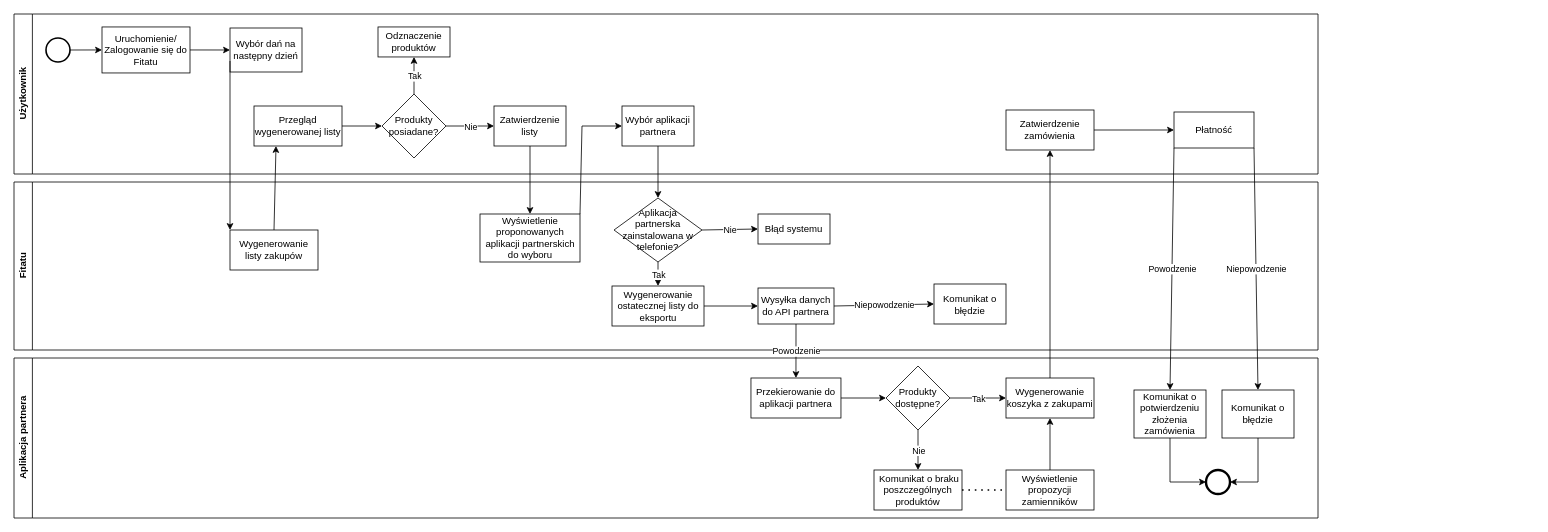
This is diagram_zakup.drawio from Patrycja97/fitatu, a draw.io file, before an edit. Source tidied: cells renumbered, new cells numbered last; positions are measured from the earlier drawing's top-left corner, leaving out a move shared by most shapes. Both pictures are drawn from the tidied source at 80%, with x=0, y=0 at pixel (14, 14).
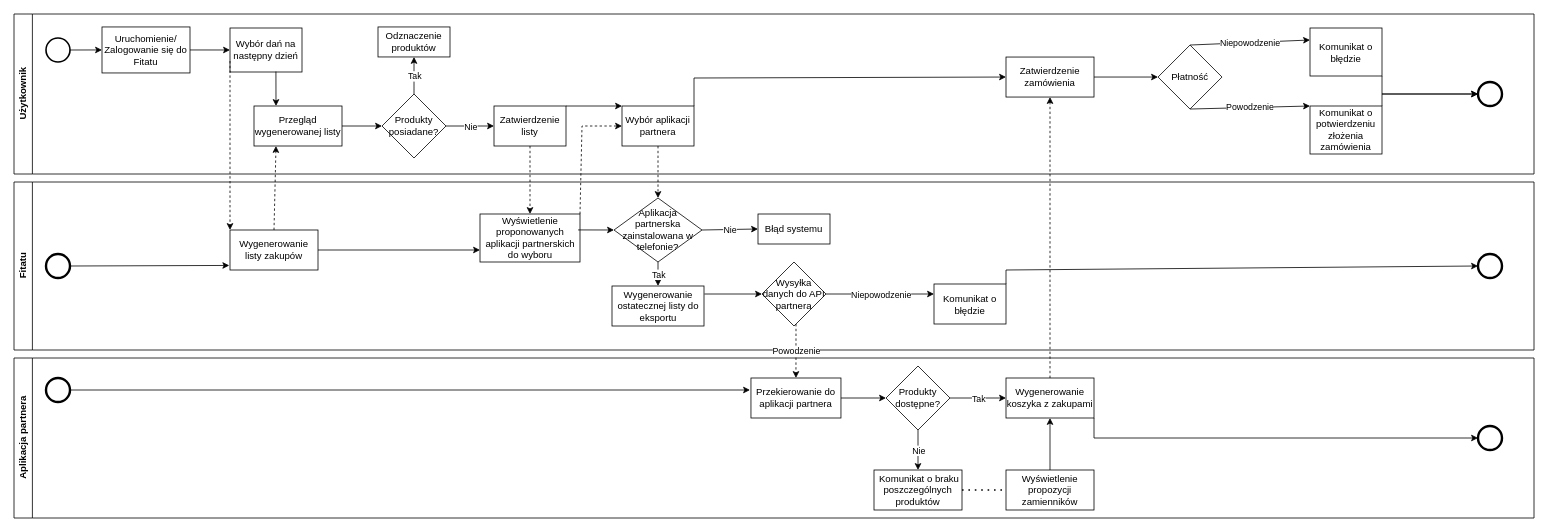
After the change.

The change refers to these unchanged cells:
```xml
<mxCell id="6" value="Wybór dań na następny dzień" style="rounded=0;whiteSpace=wrap;html=1;" parent="2" vertex="1">
  <mxGeometry x="270" y="17.5" width="90" height="55" as="geometry" />
</mxCell>
<mxCell id="9" value="Przegląd wygenerowanej listy" style="rounded=0;whiteSpace=wrap;html=1;" parent="2" vertex="1">
  <mxGeometry x="300" y="115" width="110" height="50" as="geometry" />
</mxCell>
<mxCell id="15" value="Zatwierdzenie listy" style="rounded=0;whiteSpace=wrap;html=1;" parent="2" vertex="1">
  <mxGeometry x="600" y="115" width="90" height="50" as="geometry" />
</mxCell>
<mxCell id="18" value="Wybór aplikacji partnera" style="rounded=0;whiteSpace=wrap;html=1;" parent="2" vertex="1">
  <mxGeometry x="760" y="115" width="90" height="50" as="geometry" />
</mxCell>
<mxCell id="23" value="Wygenerowanie listy zakupów" style="rounded=0;whiteSpace=wrap;html=1;" parent="22" vertex="1">
  <mxGeometry x="270" y="60" width="110" height="50" as="geometry" />
</mxCell>
<mxCell id="24" value="Wygenerowanie ostatecznej listy do eksportu" style="rounded=0;whiteSpace=wrap;html=1;" parent="22" vertex="1">
  <mxGeometry x="747.5" y="130" width="115" height="50" as="geometry" />
</mxCell>
<mxCell id="27" value="Wyświetlenie proponowanych aplikacji partnerskich do wyboru" style="rounded=0;whiteSpace=wrap;html=1;" parent="22" vertex="1">
  <mxGeometry x="582.5" y="40" width="125" height="60" as="geometry" />
</mxCell>
<mxCell id="29" value="Aplikacja partnerska zainstalowana w telefonie?" style="rhombus;whiteSpace=wrap;html=1;" parent="22" vertex="1">
  <mxGeometry x="750" y="20" width="110" height="80" as="geometry" />
</mxCell>
<mxCell id="34" value="Komunikat o błędzie" style="rounded=0;whiteSpace=wrap;html=1;" parent="22" vertex="1">
  <mxGeometry x="1150" y="127.5" width="90" height="50" as="geometry" />
</mxCell>
<mxCell id="38" value="Przekierowanie do aplikacji partnera" style="rounded=0;whiteSpace=wrap;html=1;" parent="37" vertex="1">
  <mxGeometry x="921.2" y="25" width="112.5" height="50" as="geometry" />
</mxCell>
<mxCell id="43" value="Wygenerowanie koszyka z zakupami" style="rounded=0;whiteSpace=wrap;html=1;" parent="37" vertex="1">
  <mxGeometry x="1240" y="25" width="110" height="50" as="geometry" />
</mxCell>
```

What changed in the source:
```diff
@@
     <mxCell id="2" value="Użytkownik" style="swimlane;horizontal=0;whiteSpace=wrap;html=1;" parent="1" vertex="1">
-      <mxGeometry width="1630" height="200" as="geometry" />
+      <mxGeometry width="1900" height="200" as="geometry" />
     </mxCell>
@@
     <mxCell id="19" value="Zatwierdzenie zamówienia" style="rounded=0;whiteSpace=wrap;html=1;" parent="2" vertex="1">
-      <mxGeometry x="1240" y="120" width="110" height="50" as="geometry" />
+      <mxGeometry x="1240" y="53.8" width="110" height="50" as="geometry" />
     </mxCell>
+    <mxCell id="21" style="endArrow=classic;html=1;rounded=0;exitX=1;exitY=0.5;exitDx=0;exitDy=0;entryX=0;entryY=0.5;entryDx=0;entryDy=0;" parent="2" edge="1" source="19">
+      <mxGeometry relative="1" as="geometry">
+        <mxPoint x="1430" y="78.8" as="targetPoint" />
+      </mxGeometry>
+    </mxCell>
+    <mxCell id="47" value="Komunikat o błędzie" style="rounded=0;whiteSpace=wrap;html=1;" parent="2" vertex="1">
+      <mxGeometry x="1620" y="17.5" width="90" height="60" as="geometry" />
+    </mxCell>
+    <mxCell id="65" style="endArrow=classic;html=1;rounded=0;exitX=0.5;exitY=0;exitDx=0;exitDy=0;entryX=0;entryY=0.25;entryDx=0;entryDy=0;" parent="2" edge="1" source="20" target="47">
+      <mxGeometry relative="1" as="geometry" />
+    </mxCell>
+    <mxCell id="66" value="Niepowodzenie" style="edgeLabel;html=1;align=center;verticalAlign=middle;" parent="65" vertex="1">
+      <mxGeometry relative="1" as="geometry" />
+    </mxCell>
+    <mxCell id="46" value="Komunikat o potwierdzeniu złożenia zamówienia" style="rounded=0;whiteSpace=wrap;html=1;" parent="2" vertex="1">
+      <mxGeometry x="1620" y="115" width="90" height="60" as="geometry" />
+    </mxCell>
+    <mxCell id="63" style="endArrow=classic;html=1;rounded=0;exitX=0.5;exitY=1;exitDx=0;exitDy=0;entryX=0;entryY=0;entryDx=0;entryDy=0;" parent="2" edge="1" source="20" target="46">
+      <mxGeometry relative="1" as="geometry" />
+    </mxCell>
+    <mxCell id="64" value="Powodzenie" style="edgeLabel;html=1;align=center;verticalAlign=middle;" parent="63" vertex="1">
+      <mxGeometry relative="1" as="geometry" />
+    </mxCell>
+    <mxCell id="45" style="points=[[0.145,0.145,0],[0.5,0,0],[0.855,0.145,0],[1,0.5,0],[0.855,0.855,0],[0.5,1,0],[0.145,0.855,0],[0,0.5,0]];shape=mxgraph.bpmn.event;html=1;verticalLabelPosition=bottom;labelBackgroundColor=#ffffff;verticalAlign=top;align=center;perimeter=ellipsePerimeter;outlineConnect=0;outline=end;symbol=terminate2;" parent="2" vertex="1">
+      <mxGeometry x="1830" y="85" width="30" height="30" as="geometry" />
+    </mxCell>
+    <mxCell id="67" style="endArrow=classic;html=1;rounded=0;entryX=0.25;entryY=0;entryDx=0;entryDy=0;exitX=0.638;exitY=0.99;exitDx=0;exitDy=0;exitPerimeter=0;" parent="2" edge="1" source="6" target="9">
+      <mxGeometry relative="1" as="geometry" />
+    </mxCell>
+    <mxCell id="68" style="endArrow=classic;html=1;rounded=0;entryX=0;entryY=0;entryDx=0;entryDy=0;exitX=1;exitY=0;exitDx=0;exitDy=0;" parent="2" edge="1" source="15" target="18">
+      <mxGeometry relative="1" as="geometry" />
+    </mxCell>
+    <mxCell id="69" style="endArrow=classic;html=1;rounded=0;exitX=1;exitY=0;exitDx=0;exitDy=0;entryX=0;entryY=0.5;entryDx=0;entryDy=0;" parent="2" edge="1" source="18" target="19">
+      <mxGeometry relative="1" as="geometry">
+        <Array as="points">
+          <mxPoint x="850" y="80" />
+        </Array>
+      </mxGeometry>
+    </mxCell>
+    <mxCell id="49" style="endArrow=classic;html=1;rounded=0;entryX=0;entryY=0.5;entryDx=0;entryDy=0;entryPerimeter=0;exitX=1;exitY=1;exitDx=0;exitDy=0;" parent="2" edge="1" source="47" target="45">
+      <mxGeometry relative="1" as="geometry">
+        <Array as="points">
+          <mxPoint x="1710" y="100" />
+        </Array>
+      </mxGeometry>
+    </mxCell>
+    <mxCell id="70" style="endArrow=classic;html=1;rounded=0;exitX=1;exitY=0;exitDx=0;exitDy=0;" parent="2" edge="1" source="46">
+      <mxGeometry relative="1" as="geometry">
+        <mxPoint x="1830" y="100" as="targetPoint" />
+        <Array as="points">
+          <mxPoint x="1710" y="100" />
+        </Array>
+      </mxGeometry>
+    </mxCell>
-    <mxCell id="20" value="Płatność" style="rounded=0;whiteSpace=wrap;html=1;" parent="2" vertex="1">
-      <mxGeometry x="1450" y="122.5" width="100" height="45" as="geometry" />
+    <mxCell id="20" value="Płatność" style="rhombus;whiteSpace=wrap;html=1;" parent="2" vertex="1">
+      <mxGeometry x="1430" y="38.8" width="80" height="80" as="geometry" />
     </mxCell>
-    <mxCell id="21" style="endArrow=classic;html=1;rounded=0;exitX=1;exitY=0.5;exitDx=0;exitDy=0;entryX=0;entryY=0.5;entryDx=0;entryDy=0;" parent="2" edge="1" source="19" target="20">
-      <mxGeometry relative="1" as="geometry" />
-    </mxCell>
     <mxCell id="22" value="Fitatu" style="swimlane;horizontal=0;whiteSpace=wrap;html=1;" parent="1" vertex="1">
-      <mxGeometry y="210" width="1630" height="210" as="geometry" />
+      <mxGeometry y="210" width="1900" height="210" as="geometry" />
     </mxCell>
@@
-    <mxCell id="25" value="Wysyłka danych do API partnera" style="rounded=0;whiteSpace=wrap;html=1;" parent="22" vertex="1">
-      <mxGeometry x="930" y="132.5" width="95" height="45" as="geometry" />
-    </mxCell>
-    <mxCell id="26" style="endArrow=classic;html=1;rounded=0;entryX=0;entryY=0.5;entryDx=0;entryDy=0;exitX=1;exitY=0.5;exitDx=0;exitDy=0;exitPerimeter=0;" parent="22" edge="1" source="24" target="25">
-      <mxGeometry relative="1" as="geometry" />
+    <mxCell id="26" style="endArrow=classic;html=1;rounded=0;entryX=0;entryY=0.5;entryDx=0;entryDy=0;" parent="22" edge="1" target="25">
+      <mxGeometry relative="1" as="geometry">
+        <mxPoint x="863" y="140" as="sourcePoint" />
+      </mxGeometry>
     </mxCell>
@@
-    <mxCell id="35" style="endArrow=classic;html=1;rounded=0;exitX=1;exitY=0.5;exitDx=0;exitDy=0;entryX=0;entryY=0.5;entryDx=0;entryDy=0;" parent="22" edge="1" source="25" target="34">
+    <mxCell id="35" style="endArrow=classic;html=1;rounded=0;exitX=1;exitY=0.5;exitDx=0;exitDy=0;entryX=0;entryY=0.25;entryDx=0;entryDy=0;" parent="22" edge="1" source="25" target="34">
       <mxGeometry relative="1" as="geometry" />
     </mxCell>
@@
+    <mxCell id="71" style="endArrow=classic;html=1;rounded=0;exitX=1;exitY=0.5;exitDx=0;exitDy=0;entryX=0;entryY=0.75;entryDx=0;entryDy=0;" parent="22" edge="1" source="23" target="27">
+      <mxGeometry relative="1" as="geometry" />
+    </mxCell>
+    <mxCell id="72" style="endArrow=classic;html=1;rounded=0;entryX=0;entryY=0.5;entryDx=0;entryDy=0;exitX=0.981;exitY=0.332;exitDx=0;exitDy=0;exitPerimeter=0;" parent="22" edge="1" source="27" target="29">
+      <mxGeometry relative="1" as="geometry" />
+    </mxCell>
+    <mxCell id="73" style="points=[[0.145,0.145,0],[0.5,0,0],[0.855,0.145,0],[1,0.5,0],[0.855,0.855,0],[0.5,1,0],[0.145,0.855,0],[0,0.5,0]];shape=mxgraph.bpmn.event;html=1;verticalLabelPosition=bottom;labelBackgroundColor=#ffffff;verticalAlign=top;align=center;perimeter=ellipsePerimeter;outlineConnect=0;outline=end;symbol=terminate2;" parent="22" vertex="1">
+      <mxGeometry x="1830" y="90" width="30" height="30" as="geometry" />
+    </mxCell>
+    <mxCell id="74" style="endArrow=classic;html=1;rounded=0;exitX=1;exitY=0;exitDx=0;exitDy=0;entryX=0;entryY=0.5;entryDx=0;entryDy=0;entryPerimeter=0;" parent="22" edge="1" source="34" target="73">
+      <mxGeometry relative="1" as="geometry">
+        <Array as="points">
+          <mxPoint x="1240" y="110" />
+        </Array>
+      </mxGeometry>
+    </mxCell>
+    <mxCell id="75" style="points=[[0.145,0.145,0],[0.5,0,0],[0.855,0.145,0],[1,0.5,0],[0.855,0.855,0],[0.5,1,0],[0.145,0.855,0],[0,0.5,0]];shape=mxgraph.bpmn.event;html=1;verticalLabelPosition=bottom;labelBackgroundColor=#ffffff;verticalAlign=top;align=center;perimeter=ellipsePerimeter;outlineConnect=0;outline=end;symbol=terminate2;" parent="22" vertex="1">
+      <mxGeometry x="40" y="90" width="30" height="30" as="geometry" />
+    </mxCell>
+    <mxCell id="76" style="endArrow=classic;html=1;rounded=0;exitX=1;exitY=0.5;exitDx=0;exitDy=0;exitPerimeter=0;entryX=-0.008;entryY=0.886;entryDx=0;entryDy=0;entryPerimeter=0;" parent="22" edge="1" source="75" target="23">
+      <mxGeometry relative="1" as="geometry" />
+    </mxCell>
+    <mxCell id="25" value="Wysyłka danych do API partnera" style="rhombus;whiteSpace=wrap;html=1;" parent="22" vertex="1">
+      <mxGeometry x="935" y="100" width="80" height="80" as="geometry" />
+    </mxCell>
     <mxCell id="37" value="Aplikacja partnera" style="swimlane;horizontal=0;whiteSpace=wrap;html=1;" parent="1" vertex="1">
-      <mxGeometry y="430" width="1630" height="200" as="geometry" />
+      <mxGeometry y="430" width="1900" height="200" as="geometry" />
     </mxCell>
@@
-    <mxCell id="45" style="points=[[0.145,0.145,0],[0.5,0,0],[0.855,0.145,0],[1,0.5,0],[0.855,0.855,0],[0.5,1,0],[0.145,0.855,0],[0,0.5,0]];shape=mxgraph.bpmn.event;html=1;verticalLabelPosition=bottom;labelBackgroundColor=#ffffff;verticalAlign=top;align=center;perimeter=ellipsePerimeter;outlineConnect=0;outline=end;symbol=terminate2;" parent="37" vertex="1">
-      <mxGeometry x="1490" y="140" width="30" height="30" as="geometry" />
-    </mxCell>
-    <mxCell id="46" value="Komunikat o potwierdzeniu złożenia zamówienia" style="rounded=0;whiteSpace=wrap;html=1;" parent="37" vertex="1">
-      <mxGeometry x="1400" y="40" width="90" height="60" as="geometry" />
-    </mxCell>
-    <mxCell id="47" value="Komunikat o błędzie" style="rounded=0;whiteSpace=wrap;html=1;" parent="37" vertex="1">
-      <mxGeometry x="1510" y="40" width="90" height="60" as="geometry" />
-    </mxCell>
-    <mxCell id="48" style="endArrow=classic;html=1;rounded=0;exitX=0.5;exitY=1;exitDx=0;exitDy=0;entryX=0;entryY=0.5;entryDx=0;entryDy=0;entryPerimeter=0;" parent="37" edge="1" source="46" target="45">
-      <mxGeometry relative="1" as="geometry">
-        <Array as="points">
-          <mxPoint x="1445" y="155" />
-        </Array>
-      </mxGeometry>
-    </mxCell>
-    <mxCell id="49" style="endArrow=classic;html=1;rounded=0;exitX=0.5;exitY=1;exitDx=0;exitDy=0;entryX=1;entryY=0.5;entryDx=0;entryDy=0;entryPerimeter=0;" parent="37" edge="1" source="47" target="45">
-      <mxGeometry relative="1" as="geometry">
-        <Array as="points">
-          <mxPoint x="1555" y="155" />
-        </Array>
-      </mxGeometry>
-    </mxCell>
+    <mxCell id="77" style="points=[[0.145,0.145,0],[0.5,0,0],[0.855,0.145,0],[1,0.5,0],[0.855,0.855,0],[0.5,1,0],[0.145,0.855,0],[0,0.5,0]];shape=mxgraph.bpmn.event;html=1;verticalLabelPosition=bottom;labelBackgroundColor=#ffffff;verticalAlign=top;align=center;perimeter=ellipsePerimeter;outlineConnect=0;outline=end;symbol=terminate2;" parent="37" vertex="1">
+      <mxGeometry x="1830" y="85" width="30" height="30" as="geometry" />
+    </mxCell>
+    <mxCell id="78" style="endArrow=classic;html=1;rounded=0;entryX=0;entryY=0.5;entryDx=0;entryDy=0;entryPerimeter=0;exitX=1;exitY=1;exitDx=0;exitDy=0;" parent="37" edge="1" source="43" target="77">
+      <mxGeometry relative="1" as="geometry">
+        <Array as="points">
+          <mxPoint x="1350" y="100" />
+        </Array>
+      </mxGeometry>
+    </mxCell>
+    <mxCell id="79" style="points=[[0.145,0.145,0],[0.5,0,0],[0.855,0.145,0],[1,0.5,0],[0.855,0.855,0],[0.5,1,0],[0.145,0.855,0],[0,0.5,0]];shape=mxgraph.bpmn.event;html=1;verticalLabelPosition=bottom;labelBackgroundColor=#ffffff;verticalAlign=top;align=center;perimeter=ellipsePerimeter;outlineConnect=0;outline=end;symbol=terminate2;" parent="37" vertex="1">
+      <mxGeometry x="40" y="25" width="30" height="30" as="geometry" />
+    </mxCell>
-    <mxCell id="50" style="endArrow=classic;html=1;rounded=0;exitX=0.5;exitY=0;exitDx=0;exitDy=0;entryX=0.25;entryY=1;entryDx=0;entryDy=0;" parent="1" edge="1" source="23" target="9">
+    <mxCell id="50" style="endArrow=classic;html=1;rounded=0;exitX=0.5;exitY=0;exitDx=0;exitDy=0;entryX=0.25;entryY=1;entryDx=0;entryDy=0;dashed=1;" parent="1" edge="1" source="23" target="9">
       <mxGeometry relative="1" as="geometry" />
     </mxCell>
-    <mxCell id="51" style="endArrow=classic;html=1;rounded=0;entryX=0;entryY=0;entryDx=0;entryDy=0;exitX=0;exitY=0.75;exitDx=0;exitDy=0;" parent="1" edge="1" source="6" target="23">
+    <mxCell id="51" style="endArrow=classic;html=1;rounded=0;entryX=0;entryY=0;entryDx=0;entryDy=0;exitX=0;exitY=0.75;exitDx=0;exitDy=0;dashed=1;" parent="1" edge="1" source="6" target="23">
       <mxGeometry relative="1" as="geometry" />
     </mxCell>
-    <mxCell id="52" style="endArrow=classic;html=1;rounded=0;exitX=0.5;exitY=1;exitDx=0;exitDy=0;entryX=0.5;entryY=0;entryDx=0;entryDy=0;" parent="1" edge="1" source="15" target="27">
+    <mxCell id="52" style="endArrow=classic;html=1;rounded=0;exitX=0.5;exitY=1;exitDx=0;exitDy=0;entryX=0.5;entryY=0;entryDx=0;entryDy=0;dashed=1;" parent="1" edge="1" source="15" target="27">
       <mxGeometry relative="1" as="geometry" />
     </mxCell>
-    <mxCell id="53" style="endArrow=classic;html=1;rounded=0;entryX=0;entryY=0.5;entryDx=0;entryDy=0;exitX=1;exitY=0;exitDx=0;exitDy=0;exitPerimeter=0;" parent="1" edge="1" source="27" target="18">
+    <mxCell id="53" style="endArrow=classic;html=1;rounded=0;entryX=0;entryY=0.5;entryDx=0;entryDy=0;exitX=1;exitY=0;exitDx=0;exitDy=0;exitPerimeter=0;dashed=1;" parent="1" edge="1" source="27" target="18">
       <mxGeometry relative="1" as="geometry">
         <Array as="points">
           <mxPoint x="710" y="140" />
         </Array>
       </mxGeometry>
     </mxCell>
-    <mxCell id="54" style="endArrow=classic;html=1;rounded=0;entryX=0.5;entryY=0;entryDx=0;entryDy=0;exitX=0.5;exitY=1;exitDx=0;exitDy=0;" parent="1" edge="1" source="18" target="29">
+    <mxCell id="54" style="endArrow=classic;html=1;rounded=0;entryX=0.5;entryY=0;entryDx=0;entryDy=0;exitX=0.5;exitY=1;exitDx=0;exitDy=0;dashed=1;" parent="1" edge="1" source="18" target="29">
       <mxGeometry relative="1" as="geometry" />
     </mxCell>
@@
-    <mxCell id="59" style="endArrow=classic;html=1;rounded=0;exitX=0.5;exitY=1;exitDx=0;exitDy=0;entryX=0.5;entryY=0;entryDx=0;entryDy=0;" parent="1" edge="1" source="25" target="38">
-      <mxGeometry relative="1" as="geometry" />
+    <mxCell id="59" style="endArrow=classic;html=1;rounded=0;exitX=0.5;exitY=1;exitDx=0;exitDy=0;entryX=0.5;entryY=0;entryDx=0;entryDy=0;dashed=1;" parent="1" edge="1" target="38">
+      <mxGeometry relative="1" as="geometry">
+        <mxPoint x="977.5" y="387.5" as="sourcePoint" />
+      </mxGeometry>
     </mxCell>
@@
-    <mxCell id="62" style="endArrow=classic;html=1;rounded=0;exitX=0.5;exitY=0;exitDx=0;exitDy=0;" parent="1" edge="1" source="43">
-      <mxGeometry relative="1" as="geometry">
-        <mxPoint x="1295" y="170" as="targetPoint" />
-      </mxGeometry>
+    <mxCell id="62" style="endArrow=classic;html=1;rounded=0;exitX=0.5;exitY=0;exitDx=0;exitDy=0;entryX=0.5;entryY=1;entryDx=0;entryDy=0;dashed=1;" parent="1" edge="1" source="43" target="19">
+      <mxGeometry relative="1" as="geometry" />
     </mxCell>
-    <mxCell id="63" style="endArrow=classic;html=1;rounded=0;exitX=0;exitY=1;exitDx=0;exitDy=0;entryX=0.5;entryY=0;entryDx=0;entryDy=0;" parent="1" edge="1" source="20" target="46">
-      <mxGeometry relative="1" as="geometry" />
-    </mxCell>
-    <mxCell id="64" value="Powodzenie" style="edgeLabel;html=1;align=center;verticalAlign=middle;" parent="63" vertex="1">
-      <mxGeometry relative="1" as="geometry" />
-    </mxCell>
-    <mxCell id="65" style="endArrow=classic;html=1;rounded=0;exitX=1;exitY=1;exitDx=0;exitDy=0;entryX=0.5;entryY=0;entryDx=0;entryDy=0;" parent="1" edge="1" source="20" target="47">
-      <mxGeometry relative="1" as="geometry" />
-    </mxCell>
-    <mxCell id="66" value="Niepowodzenie" style="edgeLabel;html=1;align=center;verticalAlign=middle;" parent="65" vertex="1">
-      <mxGeometry relative="1" as="geometry" />
-    </mxCell>
+    <mxCell id="80" style="endArrow=classic;html=1;rounded=0;exitX=1;exitY=0.5;exitDx=0;exitDy=0;exitPerimeter=0;" parent="1" edge="1" source="79">
+      <mxGeometry relative="1" as="geometry">
+        <mxPoint x="920" y="470" as="targetPoint" />
+      </mxGeometry>
+    </mxCell>
```
